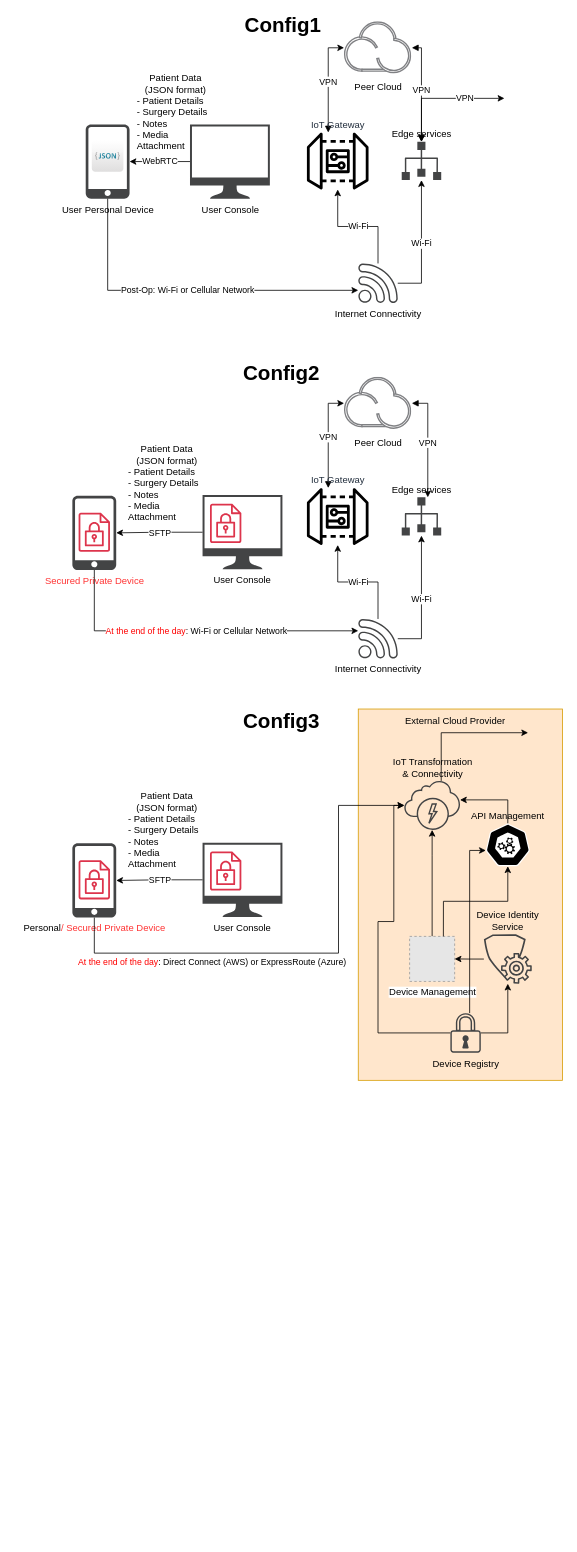
Above: ConvMed-LeaveHosp.drawio in PJPDQ/Engineering-Workflows (draw.io), before the change. Source tidied: cells renumbered, new cells numbered last; positions are measured from the earlier drawing's top-left corner, leaving out a move shared by most shapes. Both pictures are drawn from the tidied source at 79%, with x=0, y=0 at pixel (72, 13). Pictures stored in the file or linked from it are replaced by grey dashed boxes.
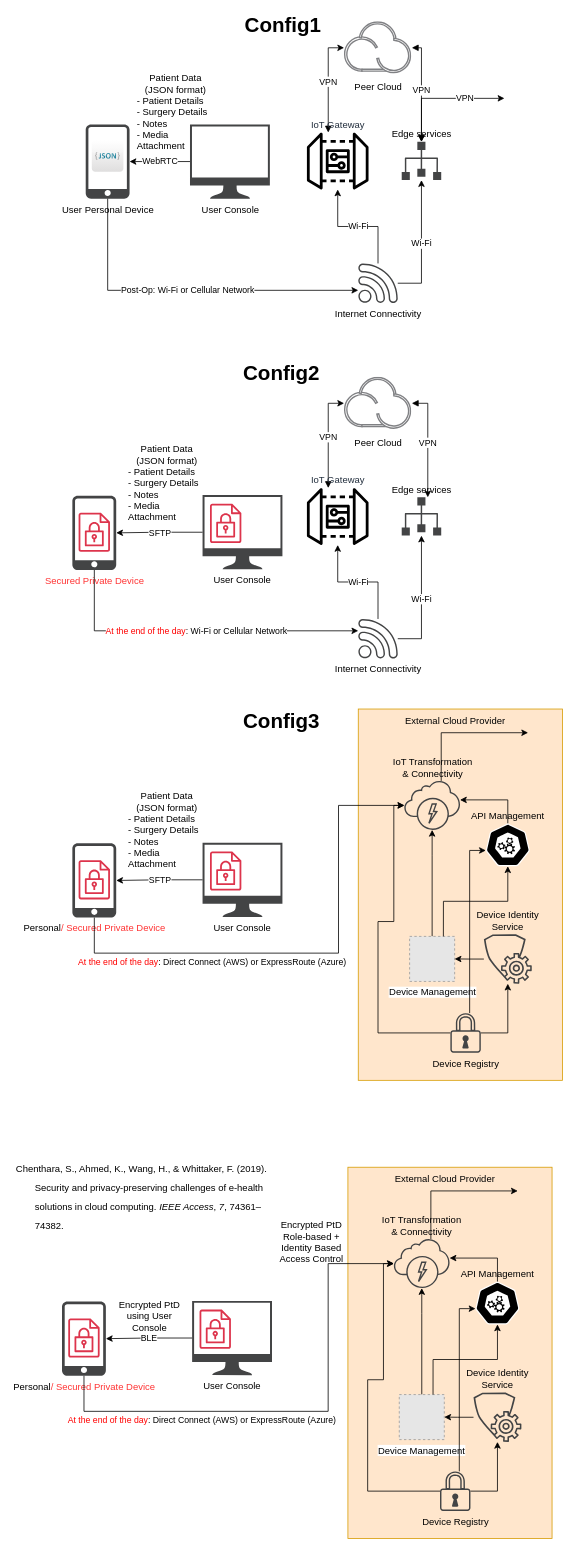
Above is the later version.

Change to the diagram source:
```diff
@@
+    <mxCell id="57" style="rounded=0;whiteSpace=wrap;html=1;fillColor=#ffe6cc;strokeColor=#d79b00;" parent="1" vertex="1">
+      <mxGeometry x="348.9" y="1460" width="258.4" height="470" as="geometry" />
+    </mxCell>
+    <mxCell id="58" value="Personal&lt;font color=&quot;#ff3333&quot;&gt;/ Secured Private Device&lt;/font&gt;" style="sketch=0;shadow=0;dashed=0;html=1;strokeColor=none;fillColor=#434445;labelPosition=center;verticalLabelPosition=bottom;verticalAlign=top;align=center;outlineConnect=0;shape=mxgraph.vvd.phone;" parent="1" vertex="1">
+      <mxGeometry x="-13" y="1630" width="55.5" height="94" as="geometry" />
+    </mxCell>
+    <mxCell id="59" value="&lt;font color=&quot;#ff0000&quot;&gt;At the end of the day&lt;/font&gt;: Direct Connect (AWS) or ExpressRoute (Azure)" style="edgeStyle=orthogonalEdgeStyle;shape=connector;rounded=0;jettySize=auto;html=1;labelBackgroundColor=default;strokeColor=default;align=center;verticalAlign=middle;fontFamily=Helvetica;fontSize=11;fontColor=default;endArrow=classic;startArrow=none;startFill=0;" parent="1" edge="1" source="58" target="66">
+      <mxGeometry x="-0.38" y="-11" relative="1" as="geometry">
+        <Array as="points">
+          <mxPoint x="14.9" y="1769" />
+          <mxPoint x="323.9" y="1769" />
+          <mxPoint x="323.9" y="1582" />
+        </Array>
+      </mxGeometry>
+    </mxCell>
+    <mxCell id="60" value="User Console" style="sketch=0;shadow=0;dashed=0;html=1;strokeColor=none;fillColor=#434445;labelPosition=center;verticalLabelPosition=bottom;verticalAlign=top;align=center;outlineConnect=0;shape=mxgraph.vvd.monitor;" parent="1" vertex="1">
+      <mxGeometry x="151.7" y="1629.2" width="101.1" height="94" as="geometry" />
+    </mxCell>
+    <mxCell id="61" value="BLE" style="edgeStyle=orthogonalEdgeStyle;shape=connector;rounded=0;jettySize=auto;html=1;labelBackgroundColor=default;strokeColor=default;align=center;verticalAlign=middle;fontFamily=Helvetica;fontSize=11;fontColor=default;endArrow=classic;" parent="1" edge="1" source="60" target="58">
+      <mxGeometry relative="1" as="geometry" />
+    </mxCell>
+    <mxCell id="62" value="Encrypted PtD using User Console" style="text;html=1;align=center;verticalAlign=middle;whiteSpace=wrap;rounded=0;" parent="1" vertex="1">
+      <mxGeometry x="47.7" y="1639.8" width="100" height="19.2" as="geometry" />
+    </mxCell>
+    <mxCell id="63" style="sketch=0;fontColor=#232F3E;gradientColor=none;fillColor=#DD344C;strokeColor=none;dashed=0;verticalLabelPosition=bottom;verticalAlign=top;align=center;html=1;fontSize=12;fontStyle=0;shape=mxgraph.aws4.encrypted_data;" parent="1" vertex="1">
+      <mxGeometry x="161.1" y="1640" width="39.7" height="50" as="geometry" />
+    </mxCell>
+    <mxCell id="64" style="sketch=0;fontColor=#232F3E;gradientColor=none;fillColor=#DD344C;strokeColor=none;dashed=0;verticalLabelPosition=bottom;verticalAlign=top;align=center;html=1;fontSize=12;fontStyle=0;shape=mxgraph.aws4.encrypted_data;" parent="1" vertex="1">
+      <mxGeometry x="-5.1" y="1651.2" width="39.7" height="50" as="geometry" />
+    </mxCell>
+    <mxCell id="65" style="edgeStyle=orthogonalEdgeStyle;shape=connector;rounded=0;jettySize=auto;html=1;labelBackgroundColor=default;strokeColor=default;align=center;verticalAlign=middle;fontFamily=Helvetica;fontSize=11;fontColor=default;endArrow=classic;" parent="1" edge="1" source="66">
+      <mxGeometry relative="1" as="geometry">
+        <mxPoint x="563.9" y="1490" as="targetPoint" />
+        <Array as="points">
+          <mxPoint x="453.9" y="1490" />
+        </Array>
+      </mxGeometry>
+    </mxCell>
+    <mxCell id="66" value="IoT Transformation &lt;br&gt;&amp;amp; Connectivity" style="sketch=0;shadow=0;dashed=0;html=1;strokeColor=none;fillColor=#434445;labelPosition=center;verticalLabelPosition=top;verticalAlign=bottom;align=center;outlineConnect=0;shape=mxgraph.vvd.service_provider_cloud_environment;" parent="1" vertex="1">
+      <mxGeometry x="407.1" y="1551" width="70.5" height="62" as="geometry" />
+    </mxCell>
+    <mxCell id="67" style="edgeStyle=orthogonalEdgeStyle;shape=connector;rounded=0;jettySize=auto;html=1;exitX=0.5;exitY=0;exitDx=0;exitDy=0;labelBackgroundColor=default;strokeColor=default;align=center;verticalAlign=middle;fontFamily=Helvetica;fontSize=11;fontColor=default;endArrow=classic;" parent="1" edge="1" source="68" target="66">
+      <mxGeometry relative="1" as="geometry">
+        <Array as="points">
+          <mxPoint x="442.9" y="1645" />
+          <mxPoint x="442.9" y="1645" />
+        </Array>
+      </mxGeometry>
+    </mxCell>
+    <mxCell id="68" value="Device Management" style="fillColor=#E6E6E6;strokeColor=#999999;dashed=1;html=1;verticalAlign=top;verticalLabelPosition=bottom;labelBackgroundColor=#ffffff;" parent="1" vertex="1">
+      <mxGeometry x="413.9" y="1747.8" width="57" height="57" as="geometry" />
+    </mxCell>
+    <mxCell id="69" style="edgeStyle=orthogonalEdgeStyle;shape=connector;rounded=0;jettySize=auto;html=1;labelBackgroundColor=default;strokeColor=default;align=center;verticalAlign=middle;fontFamily=Helvetica;fontSize=11;fontColor=default;endArrow=classic;" parent="1" edge="1" source="70" target="68">
+      <mxGeometry relative="1" as="geometry" />
+    </mxCell>
+    <mxCell id="70" value="Device Identity &lt;br&gt;Service" style="sketch=0;shadow=0;dashed=0;html=1;strokeColor=none;fillColor=#434445;labelPosition=center;verticalLabelPosition=top;verticalAlign=bottom;align=center;outlineConnect=0;shape=mxgraph.vvd.protection_group_config;" parent="1" vertex="1">
+      <mxGeometry x="507.9" y="1745.2" width="60.6" height="62.5" as="geometry" />
+    </mxCell>
+    <mxCell id="71" style="edgeStyle=orthogonalEdgeStyle;shape=connector;rounded=0;jettySize=auto;html=1;labelBackgroundColor=default;strokeColor=default;align=center;verticalAlign=middle;fontFamily=Helvetica;fontSize=11;fontColor=default;endArrow=classic;" parent="1" edge="1" source="73" target="70">
+      <mxGeometry relative="1" as="geometry" />
+    </mxCell>
+    <mxCell id="72" style="edgeStyle=orthogonalEdgeStyle;shape=connector;rounded=0;jettySize=auto;html=1;labelBackgroundColor=default;strokeColor=default;align=center;verticalAlign=middle;fontFamily=Helvetica;fontSize=11;fontColor=default;endArrow=classic;" parent="1" edge="1" source="73" target="66">
+      <mxGeometry relative="1" as="geometry">
+        <Array as="points">
+          <mxPoint x="373.9" y="1870" />
+          <mxPoint x="373.9" y="1729" />
+          <mxPoint x="393.9" y="1729" />
+          <mxPoint x="393.9" y="1582" />
+        </Array>
+      </mxGeometry>
+    </mxCell>
+    <mxCell id="73" value="Device Registry" style="sketch=0;shadow=0;dashed=0;html=1;strokeColor=none;fillColor=#434445;labelPosition=center;verticalLabelPosition=bottom;verticalAlign=top;align=center;outlineConnect=0;shape=mxgraph.vvd.security;" parent="1" vertex="1">
+      <mxGeometry x="465.5" y="1845" width="38.5" height="50" as="geometry" />
+    </mxCell>
+    <mxCell id="74" style="edgeStyle=orthogonalEdgeStyle;shape=connector;rounded=0;jettySize=auto;html=1;exitX=0.5;exitY=0;exitDx=0;exitDy=0;exitPerimeter=0;labelBackgroundColor=default;strokeColor=default;align=center;verticalAlign=middle;fontFamily=Helvetica;fontSize=11;fontColor=default;endArrow=classic;" parent="1" edge="1" source="75" target="66">
+      <mxGeometry relative="1" as="geometry">
+        <Array as="points">
+          <mxPoint x="537.9" y="1575" />
+        </Array>
+      </mxGeometry>
+    </mxCell>
+    <mxCell id="75" value="&lt;br&gt;&lt;br&gt;&lt;br&gt;&lt;br&gt;&lt;br&gt;API Management" style="sketch=0;html=1;dashed=0;whitespace=wrap;fillColor=#00000;strokeColor=#ffffff;points=[[0.005,0.63,0],[0.1,0.2,0],[0.9,0.2,0],[0.5,0,0],[0.995,0.63,0],[0.72,0.99,0],[0.5,1,0],[0.28,0.99,0]];shape=mxgraph.kubernetes.icon2;prIcon=api;labelPosition=center;verticalLabelPosition=top;align=center;verticalAlign=bottom;" parent="1" vertex="1">
+      <mxGeometry x="510.1" y="1605" width="56.2" height="54" as="geometry" />
+    </mxCell>
+    <mxCell id="76" style="edgeStyle=orthogonalEdgeStyle;shape=connector;rounded=0;jettySize=auto;html=1;exitX=0.75;exitY=0;exitDx=0;exitDy=0;entryX=0.5;entryY=1;entryDx=0;entryDy=0;entryPerimeter=0;labelBackgroundColor=default;strokeColor=default;align=center;verticalAlign=middle;fontFamily=Helvetica;fontSize=11;fontColor=default;endArrow=classic;" parent="1" edge="1" source="68" target="75">
+      <mxGeometry relative="1" as="geometry" />
+    </mxCell>
+    <mxCell id="77" style="edgeStyle=orthogonalEdgeStyle;shape=connector;rounded=0;jettySize=auto;html=1;entryX=0.005;entryY=0.63;entryDx=0;entryDy=0;entryPerimeter=0;labelBackgroundColor=default;strokeColor=default;align=center;verticalAlign=middle;fontFamily=Helvetica;fontSize=11;fontColor=default;endArrow=classic;" parent="1" edge="1" source="73" target="75">
+      <mxGeometry relative="1" as="geometry">
+        <Array as="points">
+          <mxPoint x="489.9" y="1639" />
+        </Array>
+      </mxGeometry>
+    </mxCell>
+    <mxCell id="78" value="External Cloud Provider" style="text;html=1;align=center;verticalAlign=middle;whiteSpace=wrap;rounded=0;" parent="1" vertex="1">
+      <mxGeometry x="407.1" y="1460" width="130" height="30" as="geometry" />
+    </mxCell>
+    <mxCell id="79" value="Encrypted PtD Role-based + Identity Based Access Control" style="text;html=1;align=center;verticalAlign=middle;whiteSpace=wrap;rounded=0;" parent="1" vertex="1">
+      <mxGeometry x="252.8" y="1540" width="100" height="30" as="geometry" />
+    </mxCell>
+    <mxCell id="80" value="&lt;div class=&quot;csl-bib-body&quot; style=&quot;line-height: 2; margin-left: 2em; text-indent:-2em;&quot;&gt;&#10;  &lt;div class=&quot;csl-entry&quot;&gt;Chenthara, S., Ahmed, K., Wang, H., &amp;amp; Whittaker, F. (2019). Security and privacy-preserving challenges of e-health solutions in cloud computing. &lt;i&gt;IEEE Access&lt;/i&gt;, &lt;i&gt;7&lt;/i&gt;, 74361–74382.&lt;/div&gt;&#10;  &lt;span class=&quot;Z3988&quot; title=&quot;url_ver=Z39.88-2004&amp;amp;ctx_ver=Z39.88-2004&amp;amp;rfr_id=info%3Asid%2Fzotero.org%3A2&amp;amp;rft_val_fmt=info%3Aofi%2Ffmt%3Akev%3Amtx%3Ajournal&amp;amp;rft.genre=article&amp;amp;rft.atitle=Security%20and%20privacy-preserving%20challenges%20of%20e-health%20solutions%20in%20cloud%20computing&amp;amp;rft.jtitle=IEEE%20access&amp;amp;rft.stitle=IEEE%20access&amp;amp;rft.volume=7&amp;amp;rft.aufirst=Shekha&amp;amp;rft.aulast=Chenthara&amp;amp;rft.au=Shekha%20Chenthara&amp;amp;rft.au=Khandakar%20Ahmed&amp;amp;rft.au=Hua%20Wang&amp;amp;rft.au=Frank%20Whittaker&amp;amp;rft.date=2019&amp;amp;rft.pages=74361-74382&amp;amp;rft.spage=74361&amp;amp;rft.epage=74382&amp;amp;rft.issn=2169-3536&quot;&gt;&lt;/span&gt;&#10;&lt;/div&gt;" style="text;whiteSpace=wrap;html=1;" parent="1" vertex="1">
+      <mxGeometry x="-73" y="1420" width="320" height="60" as="geometry" />
+    </mxCell>
```
